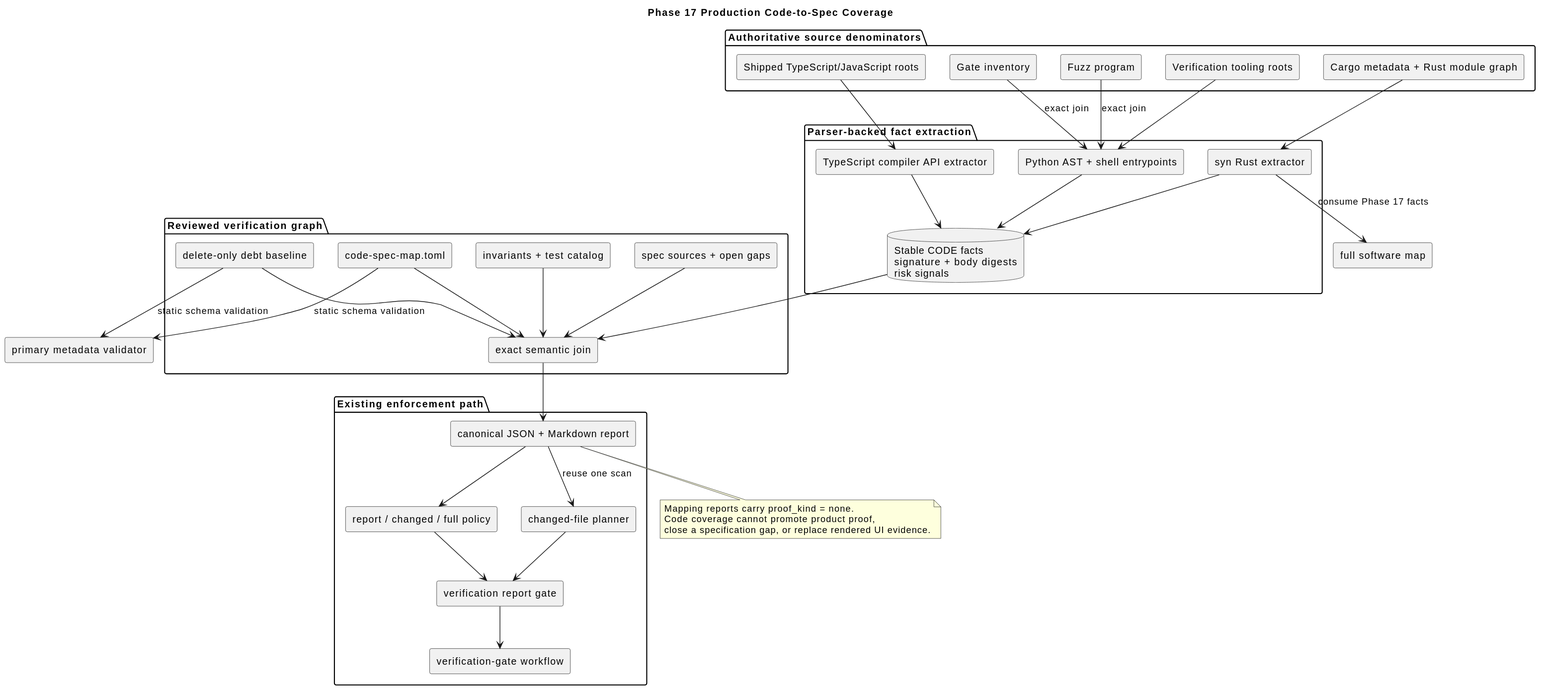
This is docs/diagrams/generated/verification-code-spec-coverage.svg from johannesPettersson80/trust-platform, a PlantUML export, as it was before one commit. The source it was exported from:
```plantuml
@startuml
title Phase 17 Production Code-to-Spec Coverage

skinparam componentStyle rectangle
skinparam shadowing false

package "Authoritative source denominators" {
  [Cargo metadata + Rust module graph] as RustUniverse
  [Shipped TypeScript/JavaScript roots] as TsUniverse
  [Verification tooling roots] as ToolUniverse
  [Gate inventory] as GateInventory
  [Fuzz program] as FuzzInventory
}

package "Parser-backed fact extraction" {
  [syn Rust extractor] as RustExtractor
  [TypeScript compiler API extractor] as TsExtractor
  [Python AST + shell entrypoints] as ToolExtractor
  database "Stable CODE facts\nsignature + body digests\nrisk signals" as Facts
}

package "Reviewed verification graph" {
  [code-spec-map.toml] as Map
  [delete-only debt baseline] as Debt
  [spec sources + open gaps] as Specs
  [invariants + test catalog] as VerificationGraph
  [exact semantic join] as Join
}

package "Existing enforcement path" {
  [canonical JSON + Markdown report] as Report
  [report / changed / full policy] as Policy
  [verification report gate] as Gate
  [changed-file planner] as Planner
  [verification-gate workflow] as Workflow
}

[full software map] as SoftwareMap
[primary metadata validator] as MetadataGate

RustUniverse --> RustExtractor
TsUniverse --> TsExtractor
ToolUniverse --> ToolExtractor
GateInventory --> ToolExtractor : exact join
FuzzInventory --> ToolExtractor : exact join
RustExtractor --> Facts
TsExtractor --> Facts
ToolExtractor --> Facts
Facts --> Join
Map --> Join
Debt --> Join
Specs --> Join
VerificationGraph --> Join
Join --> Report
Report --> Policy
Policy --> Gate
Report --> Planner : reuse one scan
Planner --> Gate
Gate --> Workflow
RustExtractor --> SoftwareMap : consume Phase 17 facts
Map --> MetadataGate : static schema validation
Debt --> MetadataGate : static schema validation

note bottom of Report
  Mapping reports carry proof_kind = none.
  Code coverage cannot promote product proof,
  close a specification gap, or replace rendered UI evidence.
end note
@enduml
```
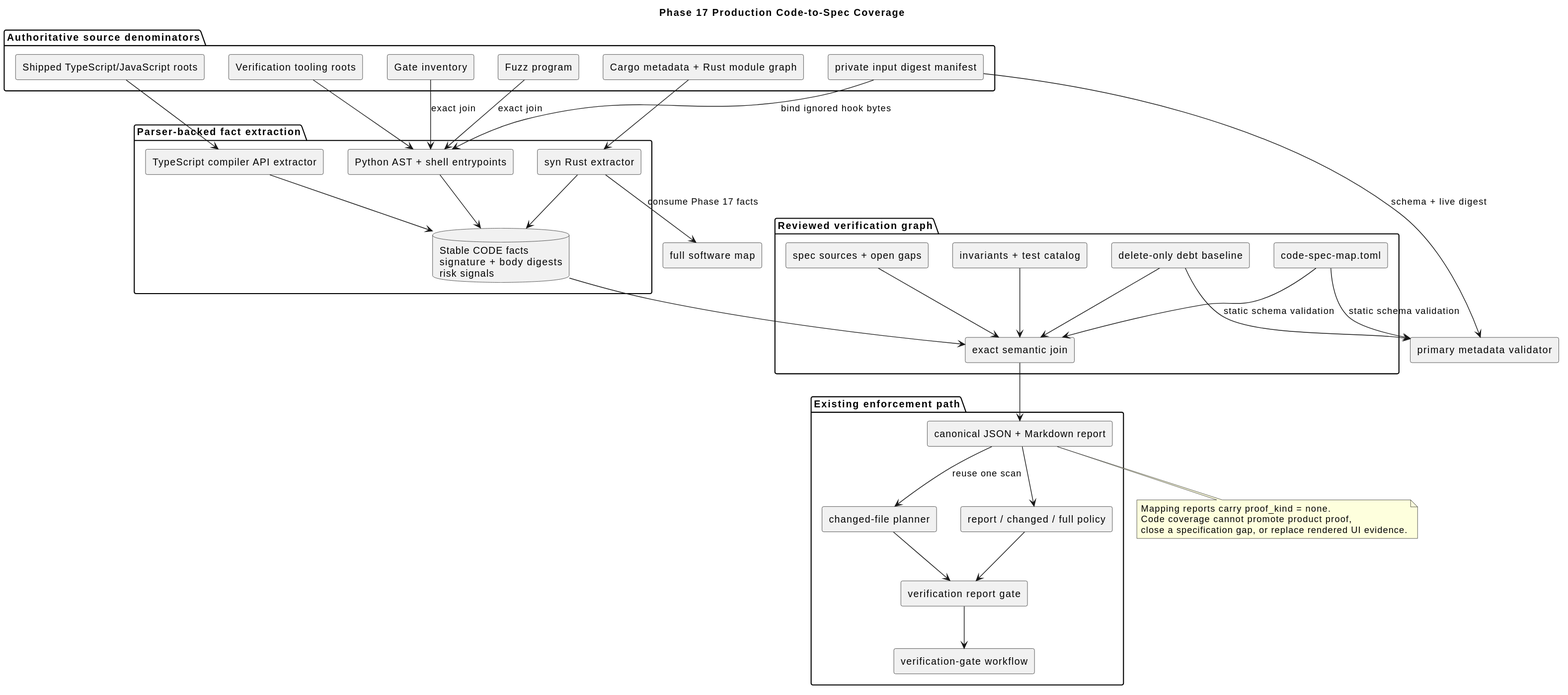
After the change.

The edit, as a diff of the source:
```diff
@@ -10,6 +10,7 @@
   [Verification tooling roots] as ToolUniverse
   [Gate inventory] as GateInventory
   [Fuzz program] as FuzzInventory
+  [private input digest manifest] as PrivateInputs
 }
 
 package "Parser-backed fact extraction" {
@@ -41,6 +42,7 @@
 RustUniverse --> RustExtractor
 TsUniverse --> TsExtractor
 ToolUniverse --> ToolExtractor
+PrivateInputs --> ToolExtractor : bind ignored hook bytes
 GateInventory --> ToolExtractor : exact join
 FuzzInventory --> ToolExtractor : exact join
 RustExtractor --> Facts
@@ -60,6 +62,7 @@
 RustExtractor --> SoftwareMap : consume Phase 17 facts
 Map --> MetadataGate : static schema validation
 Debt --> MetadataGate : static schema validation
+PrivateInputs --> MetadataGate : schema + live digest
 
 note bottom of Report
   Mapping reports carry proof_kind = none.
```
